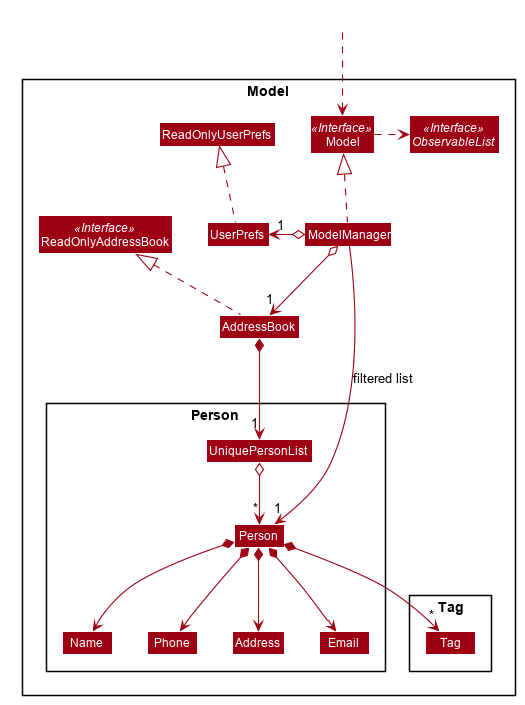
The PlantUML diagram docs/images/ModelClassDiagram.png in nus-cs2103-AY1920S2/addressbook-level3, before a commit.
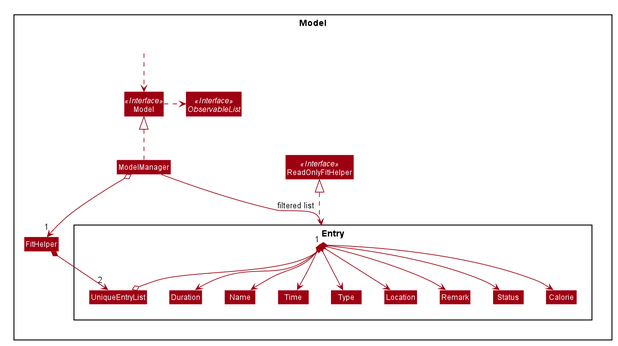
After the commit.

What changed in the source:
```diff
@@ -52,52 +52,46 @@
 skinparam classBackgroundColor #9D0012
 
 Package Model <<Rectangle>>{
-Interface ReadOnlyAddressBook <<Interface>>
+Interface ReadOnlyFitHelper <<Interface>>
 Interface Model <<Interface>>
 Interface ObservableList <<Interface>>
-Class AddressBook
-Class ReadOnlyAddressBook
+Class FitHelper
+Class ReadOnlyFitHelper
 Class Model
 Class ModelManager
-Class UserPrefs
-Class ReadOnlyUserPrefs
 
-Package Person {
-Class Person
-Class Address
-Class Email
+Package Entry {
+Class Calorie
+Class Duration
 Class Name
-Class Phone
-Class UniquePersonList
-}
-
-Package Tag {
-Class Tag
-}
+Class Time
+Class Type
+Class Location
+Class Remark
+Class Status
+Class UniqueEntryList
 }
 
 Class HiddenOutside #FFFFFF
 HiddenOutside ..> Model
 
-AddressBook .up.|> ReadOnlyAddressBook
+Entry .up.|> ReadOnlyFitHelper
 
 ModelManager .up.|> Model
 Model .right.> ObservableList
-ModelManager o--> "1" AddressBook
-ModelManager o-left-> "1" UserPrefs
-UserPrefs .up.|> ReadOnlyUserPrefs
+ModelManager o--> "1" FitHelper
 
-AddressBook *--> "1" UniquePersonList
-UniquePersonList o--> "*" Person
-Person *--> Name
-Person *--> Phone
-Person *--> Email
-Person *--> Address
-Person *--> "*" Tag
+FitHelper *--> "2" UniqueEntryList
+UniqueEntryList o--> "*" Entry
+Entry *--> Calorie
+Entry *--> Duration
+Entry *--> Name
+Entry *--> Time
+Entry *--> Type
+Entry *--> Location
+Entry *--> Remark
+Entry *--> Status
 
-Name -[hidden]right-> Phone
-Phone -[hidden]right-> Address
-Address -[hidden]right-> Email
 
-ModelManager -->"1" Person : filtered list
+ModelManager -->"1" Entry : filtered list
 @enduml
```
